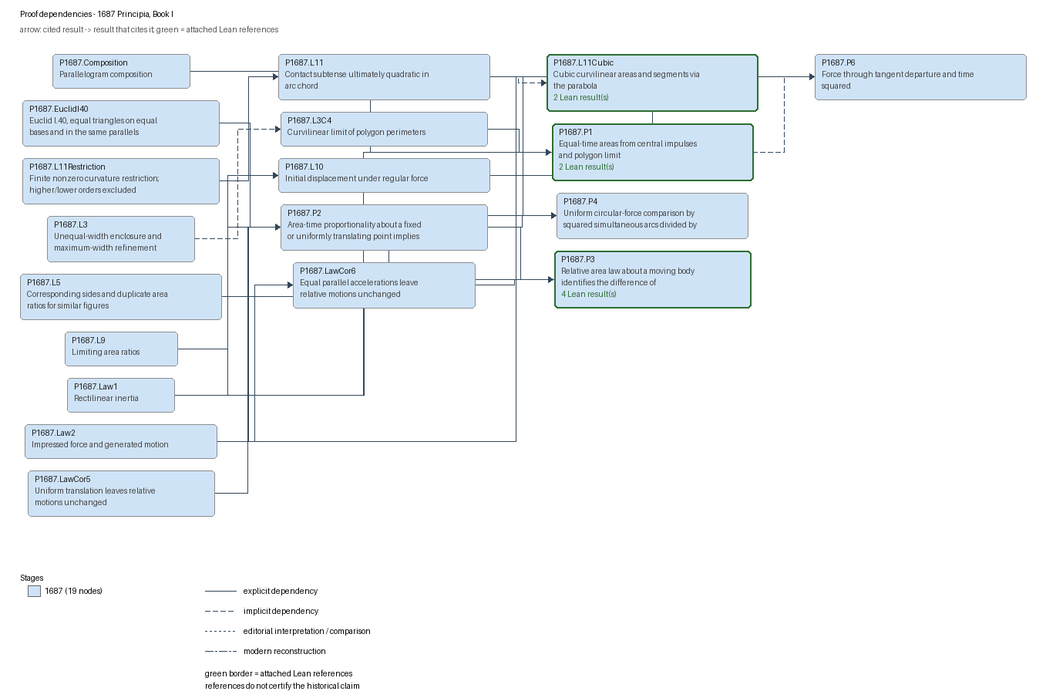
This is docs/graphs/proof-1687.png from arivero/newtonlean, a Graphviz export, as it was before one commit. Its source is kept beside it as docs/graphs/proof-1687.dot.
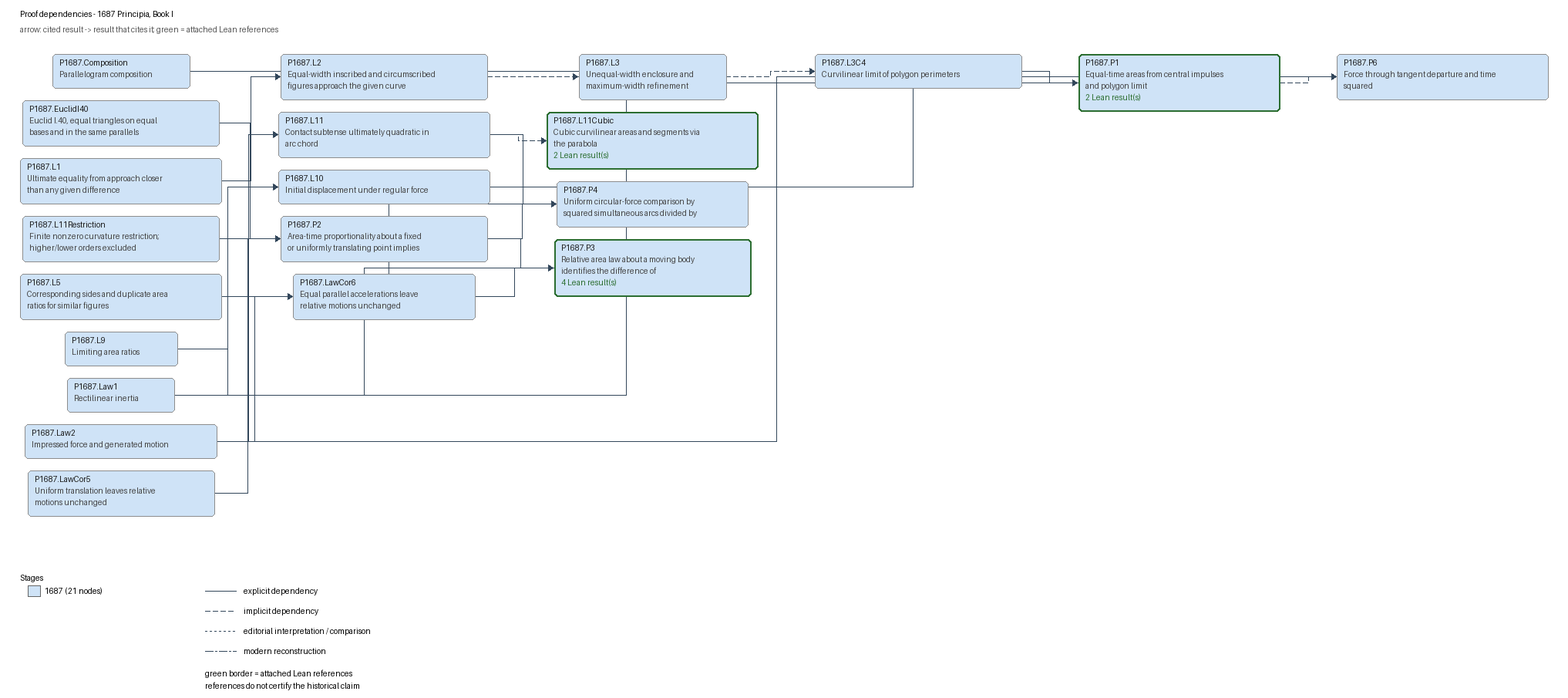
Above is the later version.

The edit, as a diff of the source:
```diff
@@ -3,10 +3,12 @@
   node [shape=box, style="rounded,filled"];
   "P1687.Composition" [label="P1687.Composition\nParallelogram composition", fillcolor="#cfe3f7", color="#8d8d8d", penwidth=1];
   "P1687.EuclidI40" [label="P1687.EuclidI40\nEuclid I.40, equal triangles on equal\nbases and in the same parallels", fillcolor="#cfe3f7", color="#8d8d8d", penwidth=1];
+  "P1687.L1" [label="P1687.L1\nUltimate equality from approach closer\nthan any given difference", fillcolor="#cfe3f7", color="#8d8d8d", penwidth=1];
   "P1687.L10" [label="P1687.L10\nInitial displacement under regular force", fillcolor="#cfe3f7", color="#8d8d8d", penwidth=1];
   "P1687.L11" [label="P1687.L11\nContact subtense ultimately quadratic in\narc chord", fillcolor="#cfe3f7", color="#8d8d8d", penwidth=1];
   "P1687.L11Cubic" [label="P1687.L11Cubic\nCubic curvilinear areas and segments via\nthe parabola\n2 Lean result(s)", fillcolor="#cfe3f7", color="#2c6e31", penwidth=2];
   "P1687.L11Restriction" [label="P1687.L11Restriction\nFinite nonzero curvature restriction;\nhigher/lower orders excluded", fillcolor="#cfe3f7", color="#8d8d8d", penwidth=1];
+  "P1687.L2" [label="P1687.L2\nEqual-width inscribed and circumscribed\nfigures approach the given curve", fillcolor="#cfe3f7", color="#8d8d8d", penwidth=1];
   "P1687.L3" [label="P1687.L3\nUnequal-width enclosure and\nmaximum-width refinement", fillcolor="#cfe3f7", color="#8d8d8d", penwidth=1];
   "P1687.L3C4" [label="P1687.L3C4\nCurvilinear limit of polygon perimeters", fillcolor="#cfe3f7", color="#8d8d8d", penwidth=1];
   "P1687.L5" [label="P1687.L5\nCorresponding sides and duplicate area\nratios for similar figures", fillcolor="#cfe3f7", color="#8d8d8d", penwidth=1];
@@ -41,4 +43,6 @@
   "P1687.Law2" -> "P1687.P6" [style=solid, label="proof dependency: explicit_dependency", fontsize=9];
   "P1687.L10" -> "P1687.P6" [style=solid, label="proof dependency: explicit_dependency", fontsize=9];
   "P1687.P1" -> "P1687.P6" [style=dashed, label="proof dependency: implicit_dependency", fontsize=9];
+  "P1687.L1" -> "P1687.L2" [style=solid, label="proof dependency: explicit_dependency", fontsize=9];
+  "P1687.L2" -> "P1687.L3" [style=dashed, label="proof dependency: implicit_dependency", fontsize=9];
 }
```
